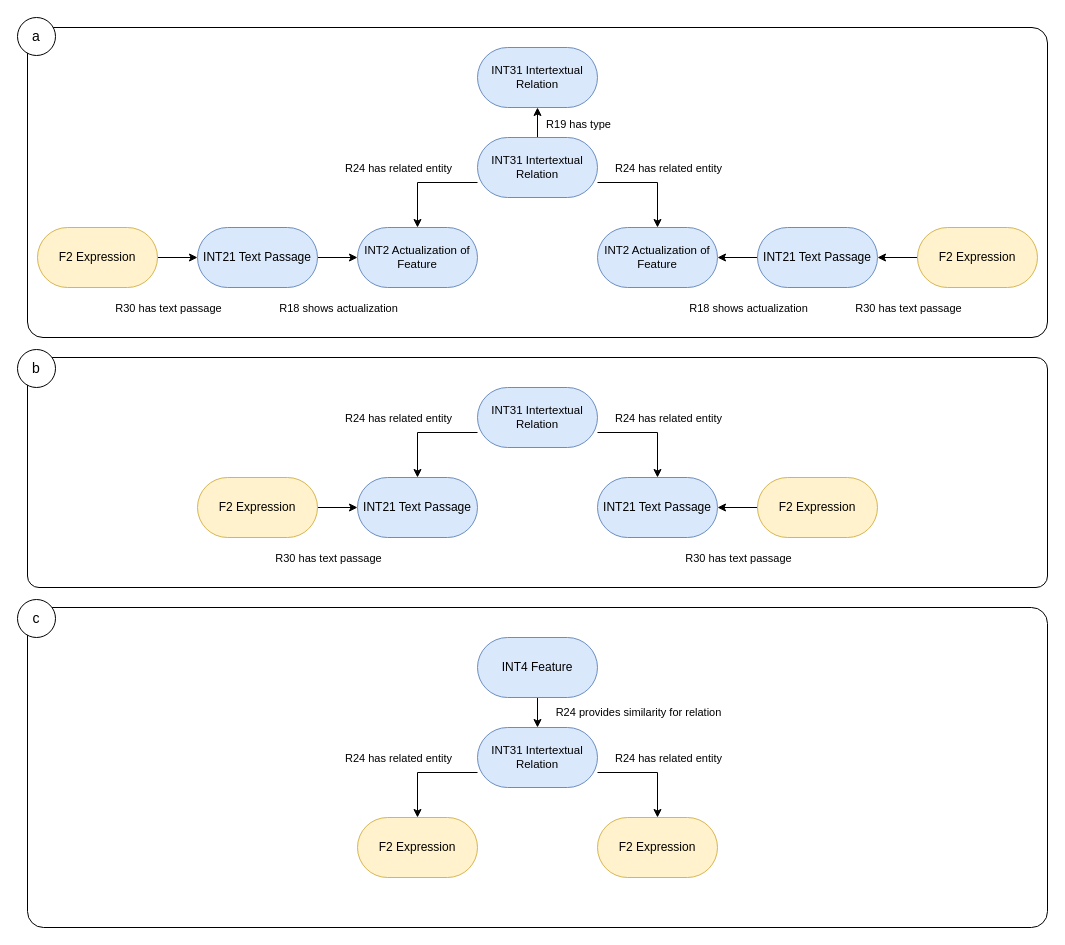
This is img/INTRO_relation.drawio from BOberreither/INTRO, a draw.io file, before an edit. Source tidied: cells renumbered, new cells numbered last; positions are measured from the earlier drawing's top-left corner, leaving out a move shared by most shapes. Both pictures are drawn from the tidied source at 100%, with x=0, y=0 at pixel (17, 17).
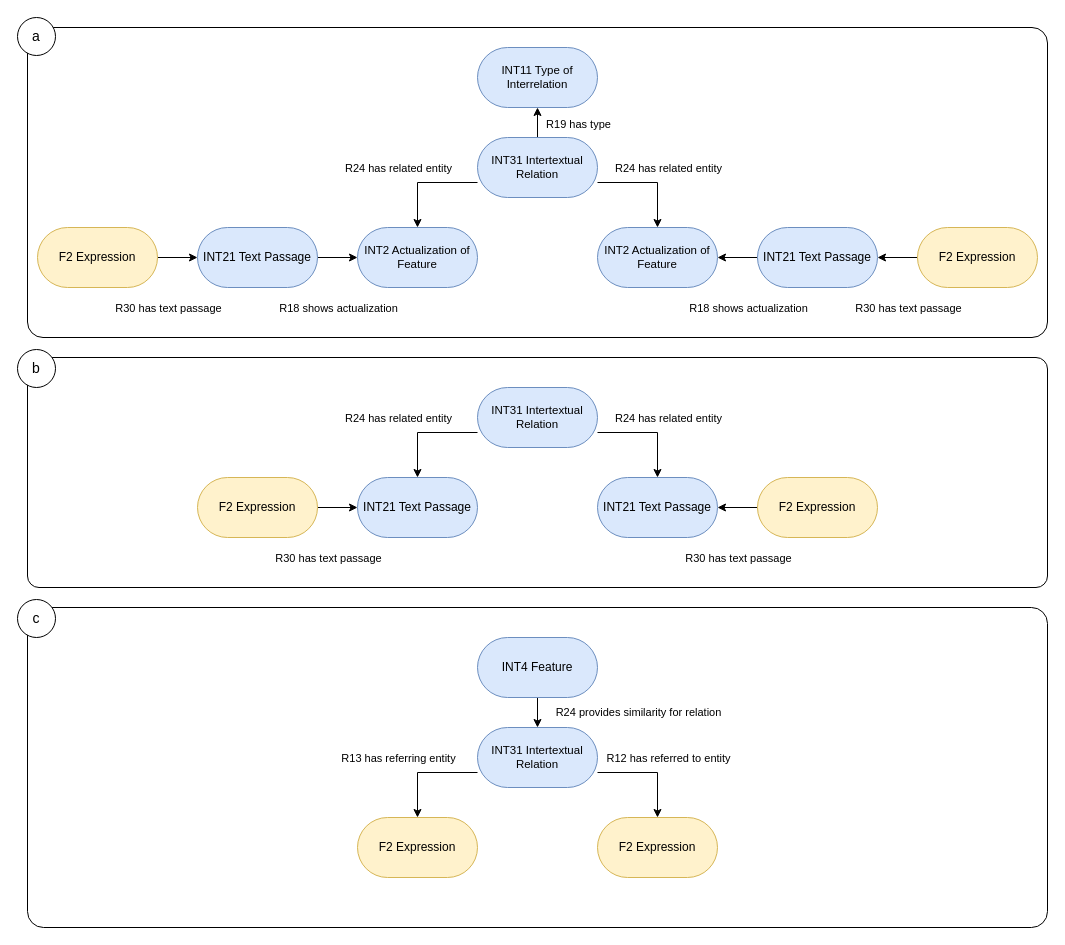
Above is the later version.

Unchanged cells that the change refers to:
```xml
<mxCell id="42" style="edgeStyle=orthogonalEdgeStyle;rounded=0;jettySize=auto;html=1;exitX=0;exitY=0.75;exitDx=0;exitDy=0;entryX=0.5;entryY=0;entryDx=0;entryDy=0;fontFamily=Helvetica;" parent="1" edge="1" source="45" target="40">
  <mxGeometry relative="1" as="geometry" />
</mxCell>
```

Diff of the diagram source:
```diff
@@
+    <mxCell id="25" style="rounded=1;whiteSpace=wrap;html=1;arcSize=5;fillColor=none;fontFamily=Helvetica;" parent="1" vertex="1">
+      <mxGeometry x="10" y="10" width="1020" height="310" as="geometry" />
+    </mxCell>
@@
-    <mxCell id="19" value="INT31 Intertextual Relation" style="rounded=1;html=1;perimeterSpacing=0;arcSize=50;whiteSpace=wrap;fontFamily=Helvetica;spacingTop=0;spacingBottom=0;spacing=2;fillColor=#dae8fc;strokeColor=#6c8ebf;fontSize=11.5;" parent="1" vertex="1">
+    <mxCell id="19" value="INT11 Type of Interrelation" style="rounded=1;html=1;perimeterSpacing=0;arcSize=50;whiteSpace=wrap;fontFamily=Helvetica;spacingTop=0;spacingBottom=0;spacing=2;fillColor=#dae8fc;strokeColor=#6c8ebf;fontSize=11.5;" parent="1" vertex="1">
       <mxGeometry x="460" y="30" width="120" height="60" as="geometry" />
     </mxCell>
@@
-    <mxCell id="25" style="rounded=1;whiteSpace=wrap;html=1;arcSize=5;fillColor=none;fontFamily=Helvetica;" parent="1" vertex="1">
-      <mxGeometry x="10" y="10" width="1020" height="310" as="geometry" />
-    </mxCell>
@@
-    <mxCell id="43" value="R24 h&lt;span style=&quot;background-color: light-dark(#ffffff, var(--ge-dark-color, #121212)); color: light-dark(rgb(0, 0, 0), rgb(255, 255, 255));&quot;&gt;as related entity&lt;/span&gt;" style="edgeLabel;html=1;align=center;verticalAlign=middle;fontFamily=Helvetica;" parent="42" vertex="1">
+    <mxCell id="43" value="&lt;span style=&quot;font-family: Calibri, sans-serif;&quot; lang=&quot;EN-GB&quot;&gt;&lt;font style=&quot;font-size: 11px;&quot;&gt;R13 has referring entity&lt;/font&gt;&lt;/span&gt;" style="edgeLabel;html=1;align=center;verticalAlign=middle;fontFamily=Helvetica;" parent="42" vertex="1">
       <mxGeometry x="0.08" y="-1" relative="1" as="geometry">
         <mxPoint x="-23" y="-14" as="offset" />
       </mxGeometry>
     </mxCell>
@@
-    <mxCell id="46" value="R24 h&lt;span style=&quot;background-color: light-dark(#ffffff, var(--ge-dark-color, #121212)); color: light-dark(rgb(0, 0, 0), rgb(255, 255, 255));&quot;&gt;as related entity&lt;/span&gt;" style="edgeLabel;html=1;align=center;verticalAlign=middle;fontFamily=Helvetica;" parent="1" vertex="1">
+    <mxCell id="46" value="&lt;span style=&quot;line-height: 107%; font-family: Calibri, sans-serif;&quot; lang=&quot;EN-GB&quot;&gt;&lt;font style=&quot;font-size: 11px;&quot;&gt;R12 has referred to entity&lt;/font&gt;&lt;/span&gt;" style="edgeLabel;html=1;align=center;verticalAlign=middle;fontFamily=Helvetica;" parent="1" vertex="1">
       <mxGeometry x="650" y="740" as="geometry" />
     </mxCell>
```
